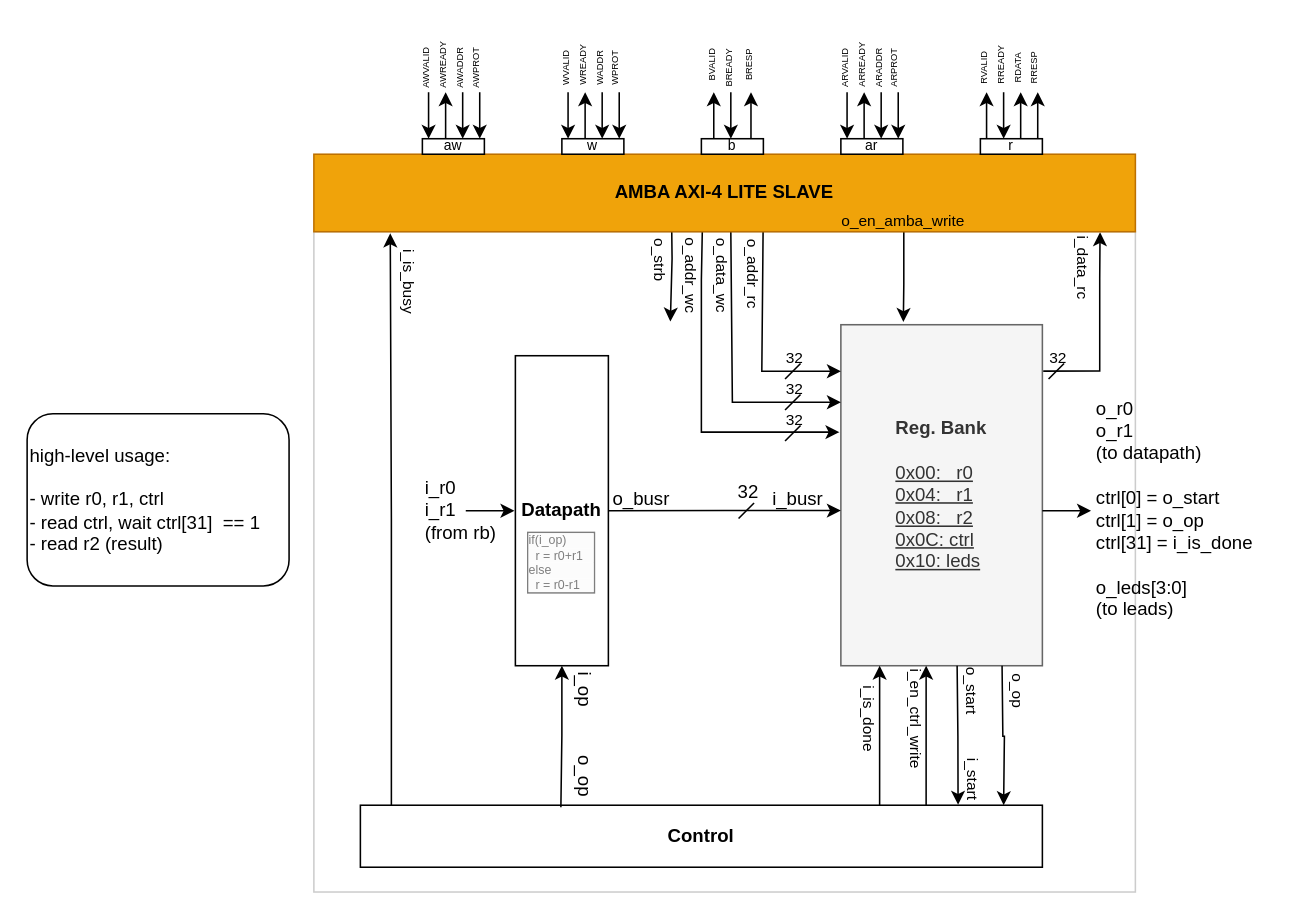
This is docs/svlog-adder-amba.drawio from gvillanovanm/svlog-adder-amba, a draw.io file, before an edit. Source tidied: cells renumbered, new cells numbered last; positions are measured from the earlier drawing's top-left corner, leaving out a move shared by most shapes. Both pictures are drawn from the tidied source at 155%, with x=0, y=0 at pixel (26, 50).
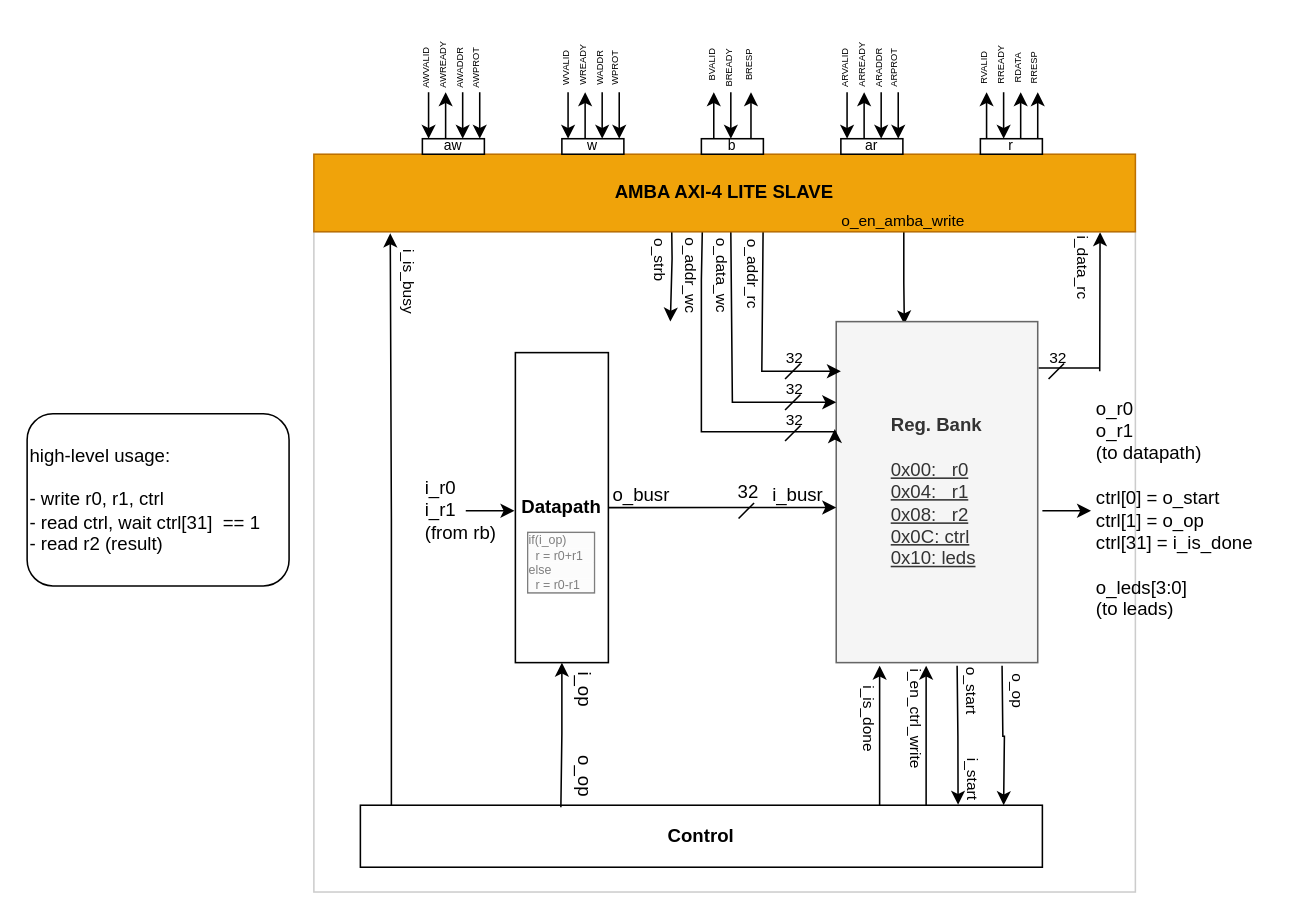
The same diagram, later.

Unchanged cells that the change refers to:
```xml
<mxCell id="37" value="o_en_amba_write" style="text;html=1;align=center;verticalAlign=middle;points=[];strokeColor=none;fillColor=none;rotation=0;fontSize=10;" parent="1" vertex="1">
  <mxGeometry x="515" y="95" width="100" height="30" as="geometry" />
</mxCell>
```

What changed in the source:
```diff
@@
-    <mxCell id="4" style="edgeStyle=orthogonalEdgeStyle;rounded=0;jettySize=auto;html=1;entryX=0.31;entryY=-0.008;entryDx=0;entryDy=0;entryPerimeter=0;exitX=0.506;exitY=-0.082;exitDx=0;exitDy=0;exitPerimeter=0;" parent="1" edge="1" source="37" target="6">
+    <mxCell id="4" style="edgeStyle=orthogonalEdgeStyle;rounded=0;jettySize=auto;html=1;entryX=0.338;entryY=0.008;entryDx=0;entryDy=0;entryPerimeter=0;exitX=0.506;exitY=-0.082;exitDx=0;exitDy=0;exitPerimeter=0;" parent="1" edge="1" source="37" target="6">
       <mxGeometry relative="1" as="geometry" />
     </mxCell>
@@
     <mxCell id="6" value="&lt;div style=&quot;text-align: left;&quot;&gt;&lt;span style=&quot;background-color: initial;&quot;&gt;&lt;b&gt;Reg. Bank&lt;/b&gt;&lt;/span&gt;&lt;/div&gt;&lt;div style=&quot;text-align: left;&quot;&gt;&lt;br&gt;&lt;/div&gt;&lt;div style=&quot;text-align: left;&quot;&gt;&lt;span style=&quot;background-color: initial;&quot;&gt;&lt;u&gt;0x00:&amp;nbsp; &amp;nbsp;r0&lt;/u&gt;&lt;/span&gt;&lt;/div&gt;&lt;div style=&quot;text-align: left;&quot;&gt;&lt;span style=&quot;background-color: initial;&quot;&gt;&lt;u&gt;0x04:&amp;nbsp; &amp;nbsp;r1&lt;/u&gt;&lt;/span&gt;&lt;/div&gt;&lt;div style=&quot;text-align: left;&quot;&gt;&lt;span style=&quot;background-color: initial;&quot;&gt;&lt;u&gt;0x08:&amp;nbsp; &amp;nbsp;r2&lt;/u&gt;&lt;/span&gt;&lt;/div&gt;&lt;div style=&quot;text-align: left;&quot;&gt;&lt;span style=&quot;background-color: initial;&quot;&gt;&lt;u&gt;0x0C: ctrl&lt;/u&gt;&lt;/span&gt;&lt;/div&gt;&lt;div style=&quot;text-align: left;&quot;&gt;&lt;span style=&quot;background-color: initial;&quot;&gt;&lt;u&gt;0x10: leds&lt;/u&gt;&lt;/span&gt;&lt;/div&gt;" style="rounded=0;whiteSpace=wrap;html=1;fillColor=#f5f5f5;fontColor=#333333;strokeColor=#666666;" parent="1" vertex="1">
-      <mxGeometry x="525" y="177" width="130" height="220" as="geometry" />
+      <mxGeometry x="522" y="175" width="130" height="220" as="geometry" />
     </mxCell>
@@
     <mxCell id="13" value="i_busr" style="text;html=1;align=center;verticalAlign=middle;strokeColor=none;fillColor=none;" parent="1" vertex="1">
-      <mxGeometry x="467" y="275" width="60" height="30" as="geometry" />
+      <mxGeometry x="467" y="272" width="60" height="30" as="geometry" />
     </mxCell>
@@
     <mxCell id="17" value="&lt;div style=&quot;text-align: left;&quot;&gt;&lt;b&gt;Datapath&lt;/b&gt;&lt;/div&gt;" style="rounded=0;whiteSpace=wrap;html=1;" parent="1" vertex="1">
-      <mxGeometry x="315" y="197" width="60" height="200" as="geometry" />
+      <mxGeometry x="315" y="195" width="60" height="200" as="geometry" />
     </mxCell>
@@
     <mxCell id="26" value="o_busr" style="text;html=1;align=center;verticalAlign=middle;strokeColor=none;fillColor=none;" parent="1" vertex="1">
-      <mxGeometry x="366" y="275" width="60" height="30" as="geometry" />
+      <mxGeometry x="366" y="272" width="60" height="30" as="geometry" />
     </mxCell>
```
